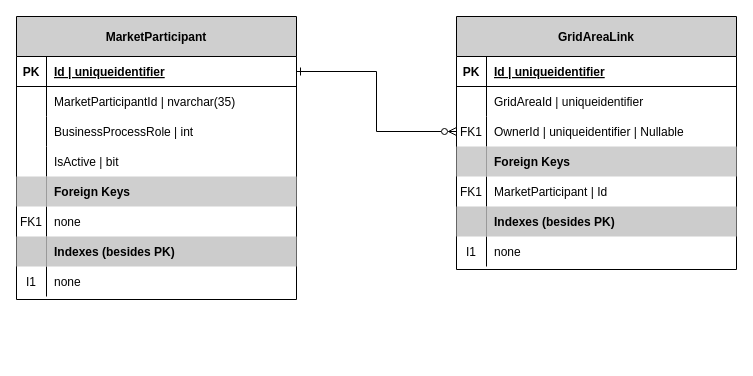
Before: docs/data-models/MarketParticipant_GridAreaLink_DataModel.drawio in Energinet-DataHub/ARCHIVED-geh-charges, a draw.io diagram. Source tidied: cells renumbered, new cells numbered last; positions are measured from the earlier drawing's top-left corner, leaving out a move shared by most shapes. Both pictures are drawn from the tidied source at 100%, with x=0, y=0 at pixel (16, 16).
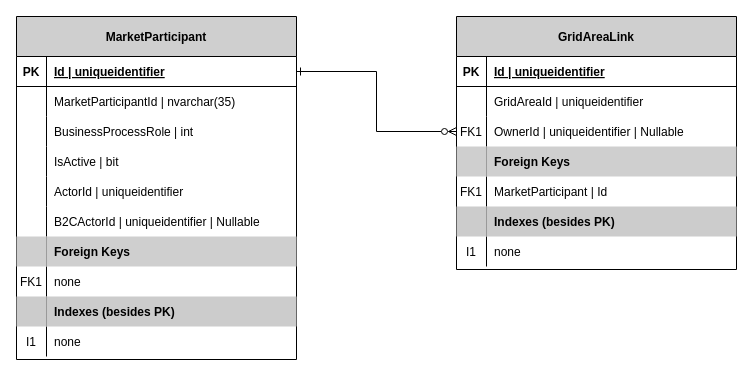
The same page after the edit.

Commit message (it also covers changes not shown here):
Added ActorId and B2CActorId to data model

What changed in the source:
```diff
@@
     <mxCell id="24" value="MarketParticipant" style="shape=table;startSize=40;childLayout=tableLayout;rowLines=0;fontStyle=1;align=center;fillColor=#CFCFCF;" parent="1" vertex="1">
-      <mxGeometry width="280" height="283" as="geometry" />
+      <mxGeometry width="280" height="343" as="geometry" />
     </mxCell>
@@
+    <mxCell id="50" style="shape=partialRectangle;fillColor=none;top=0;left=0;bottom=0;right=0;" parent="24" vertex="1">
+      <mxGeometry y="160" width="280" height="30" as="geometry" />
+    </mxCell>
+    <mxCell id="51" style="shape=partialRectangle;fillColor=none;top=0;left=0;bottom=0;right=0;overflow=hidden;" parent="50" vertex="1">
+      <mxGeometry width="30" height="30" as="geometry" />
+    </mxCell>
+    <mxCell id="52" value="ActorId | uniqueidentifier" style="shape=partialRectangle;fillColor=none;top=0;left=0;bottom=0;right=0;align=left;spacingLeft=6;overflow=hidden;" parent="50" vertex="1">
+      <mxGeometry x="30" width="250" height="30" as="geometry" />
+    </mxCell>
+    <mxCell id="53" style="shape=partialRectangle;fillColor=none;top=0;left=0;bottom=0;right=0;" parent="24" vertex="1">
+      <mxGeometry y="190" width="280" height="30" as="geometry" />
+    </mxCell>
+    <mxCell id="54" style="shape=partialRectangle;fillColor=none;top=0;left=0;bottom=0;right=0;overflow=hidden;" parent="53" vertex="1">
+      <mxGeometry width="30" height="30" as="geometry" />
+    </mxCell>
+    <mxCell id="55" value="B2CActorId | uniqueidentifier | Nullable" style="shape=partialRectangle;fillColor=none;top=0;left=0;bottom=0;right=0;align=left;spacingLeft=6;overflow=hidden;" parent="53" vertex="1">
+      <mxGeometry x="30" width="250" height="30" as="geometry" />
+    </mxCell>
     <mxCell id="37" style="shape=partialRectangle;fillColor=none;top=0;left=0;bottom=0;right=0;" parent="24" vertex="1">
-      <mxGeometry y="160" width="280" height="30" as="geometry" />
+      <mxGeometry y="220" width="280" height="30" as="geometry" />
     </mxCell>
@@
     <mxCell id="40" style="shape=partialRectangle;fillColor=none;top=0;left=0;bottom=0;right=0;" parent="24" vertex="1">
-      <mxGeometry y="190" width="280" height="30" as="geometry" />
+      <mxGeometry y="250" width="280" height="30" as="geometry" />
     </mxCell>
@@
     <mxCell id="43" style="shape=partialRectangle;top=0;left=0;bottom=0;right=0;strokeColor=#d6b656;fillColor=none;" parent="24" vertex="1">
-      <mxGeometry y="220" width="280" height="30" as="geometry" />
+      <mxGeometry y="280" width="280" height="30" as="geometry" />
     </mxCell>
@@
     <mxCell id="46" style="shape=partialRectangle;fillColor=none;top=0;left=0;bottom=0;right=0;" parent="24" vertex="1">
-      <mxGeometry y="250" width="280" height="30" as="geometry" />
+      <mxGeometry y="310" width="280" height="30" as="geometry" />
     </mxCell>
```
